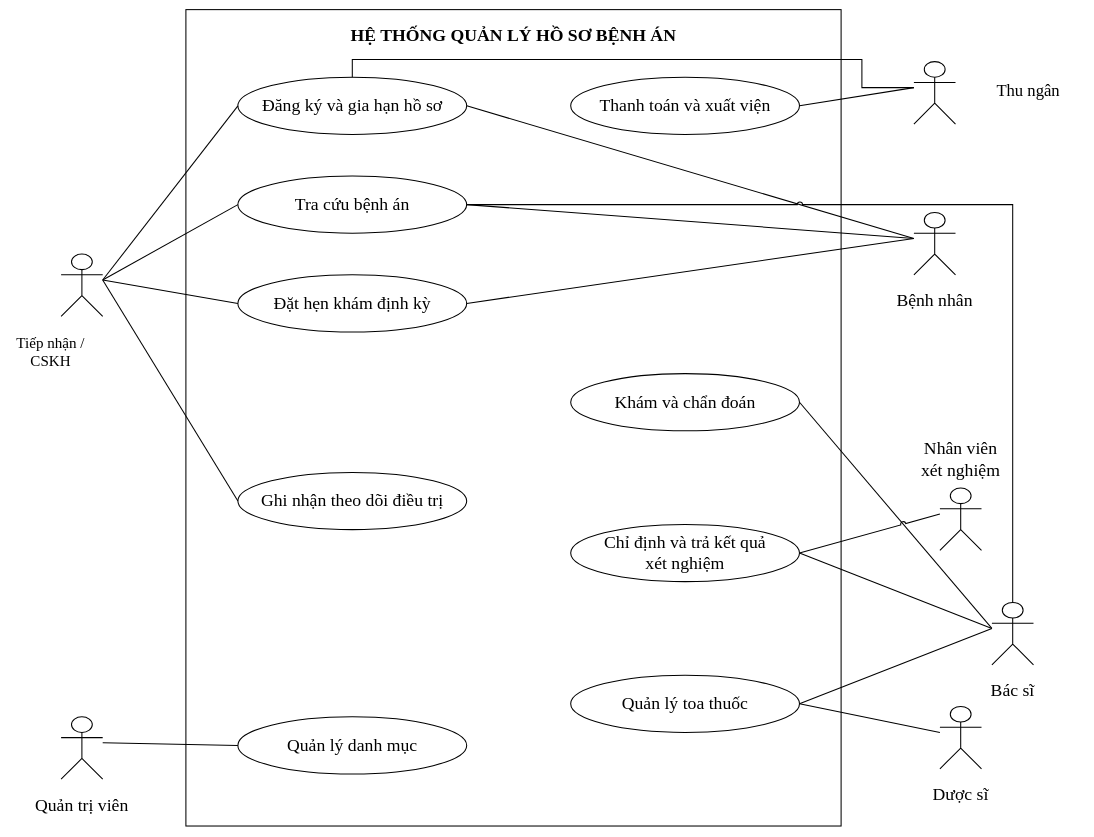
Before: Lab06/SoDo/Hinh_2_1.drawio in inver29/LAB_AT_OOSD, a draw.io diagram. Source tidied: cells renumbered, new cells numbered last; positions are measured from the earlier drawing's top-left corner, leaving out a move shared by most shapes. Both pictures are drawn from the tidied source at 52%, with x=0, y=0 at pixel (9, 9).
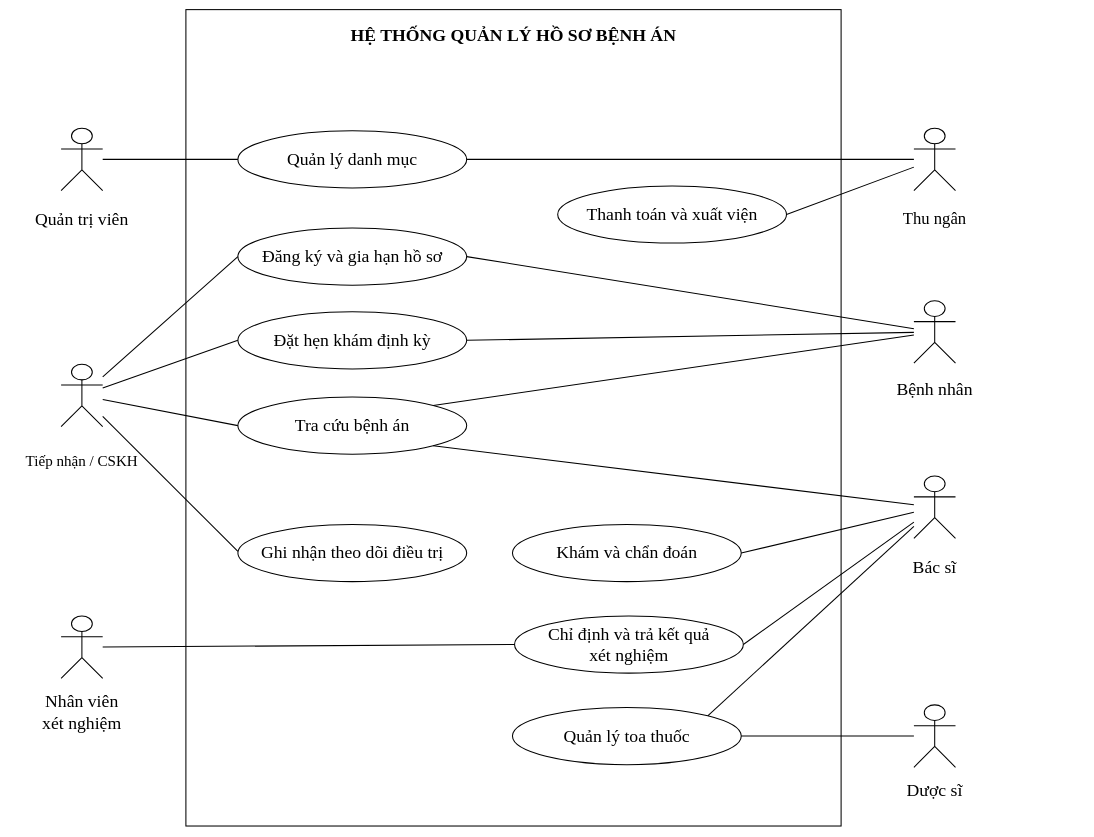
The same diagram, later.

What changed in the source:
```diff
@@
     <mxCell id="4" value="Đăng ký và gia hạn hồ sơ" style="html=0;whiteSpace=wrap;fontFamily=Times New Roman;fontSize=34;fontColor=#000000;strokeColor=#000000;fillColor=#ffffff;strokeWidth=2;align=center;verticalAlign=middle;spacing=5;ellipse;" parent="1" vertex="1">
-      <mxGeometry x="440" y="130" width="440" height="110" as="geometry" />
+      <mxGeometry x="440" y="420" width="440" height="110" as="geometry" />
     </mxCell>
     <mxCell id="5" value="Thanh toán và xuất viện" style="html=0;whiteSpace=wrap;fontFamily=Times New Roman;fontSize=34;fontColor=#000000;strokeColor=#000000;fillColor=#ffffff;strokeWidth=2;align=center;verticalAlign=middle;spacing=5;ellipse;" parent="1" vertex="1">
-      <mxGeometry x="1080" y="130" width="440" height="110" as="geometry" />
+      <mxGeometry x="1055" y="339" width="440" height="110" as="geometry" />
     </mxCell>
     <mxCell id="6" value="Tra cứu bệnh án" style="html=0;whiteSpace=wrap;fontFamily=Times New Roman;fontSize=34;fontColor=#000000;strokeColor=#000000;fillColor=#ffffff;strokeWidth=2;align=center;verticalAlign=middle;spacing=5;ellipse;" parent="1" vertex="1">
-      <mxGeometry x="440" y="320" width="440" height="110" as="geometry" />
+      <mxGeometry x="440" y="745" width="440" height="110" as="geometry" />
     </mxCell>
     <mxCell id="7" value="Đặt hẹn khám định kỳ" style="html=0;whiteSpace=wrap;fontFamily=Times New Roman;fontSize=34;fontColor=#000000;strokeColor=#000000;fillColor=#ffffff;strokeWidth=2;align=center;verticalAlign=middle;spacing=5;ellipse;" parent="1" vertex="1">
-      <mxGeometry x="440" y="510" width="440" height="110" as="geometry" />
+      <mxGeometry x="440" y="581" width="440" height="110" as="geometry" />
     </mxCell>
     <mxCell id="8" value="Ghi nhận theo dõi điều trị" style="html=0;whiteSpace=wrap;fontFamily=Times New Roman;fontSize=34;fontColor=#000000;strokeColor=#000000;fillColor=#ffffff;strokeWidth=2;align=center;verticalAlign=middle;spacing=5;ellipse;" parent="1" vertex="1">
-      <mxGeometry x="440" y="890" width="440" height="110" as="geometry" />
+      <mxGeometry x="440" y="990" width="440" height="110" as="geometry" />
     </mxCell>
     <mxCell id="9" value="Quản lý danh mục" style="html=0;whiteSpace=wrap;fontFamily=Times New Roman;fontSize=34;fontColor=#000000;strokeColor=#000000;fillColor=#ffffff;strokeWidth=2;align=center;verticalAlign=middle;spacing=5;ellipse;" parent="1" vertex="1">
-      <mxGeometry x="440" y="1360" width="440" height="110" as="geometry" />
+      <mxGeometry x="440" y="233" width="440" height="110" as="geometry" />
     </mxCell>
     <mxCell id="10" value="Khám và chẩn đoán" style="html=0;whiteSpace=wrap;fontFamily=Times New Roman;fontSize=34;fontColor=#000000;strokeColor=#000000;fillColor=#ffffff;strokeWidth=2;align=center;verticalAlign=middle;spacing=5;ellipse;" parent="1" vertex="1">
-      <mxGeometry x="1080" y="700" width="440" height="110" as="geometry" />
+      <mxGeometry x="968" y="990" width="440" height="110" as="geometry" />
     </mxCell>
     <mxCell id="11" value="Chỉ định và trả kết quả&#10;xét nghiệm" style="html=0;whiteSpace=wrap;fontFamily=Times New Roman;fontSize=34;fontColor=#000000;strokeColor=#000000;fillColor=#ffffff;strokeWidth=2;align=center;verticalAlign=middle;spacing=5;ellipse;" parent="1" vertex="1">
-      <mxGeometry x="1080" y="990" width="440" height="110" as="geometry" />
+      <mxGeometry x="972" y="1166" width="440" height="110" as="geometry" />
     </mxCell>
     <mxCell id="12" value="Quản lý toa thuốc" style="html=0;whiteSpace=wrap;fontFamily=Times New Roman;fontSize=34;fontColor=#000000;strokeColor=#000000;fillColor=#ffffff;strokeWidth=2;align=center;verticalAlign=middle;spacing=5;ellipse;" parent="1" vertex="1">
-      <mxGeometry x="1080" y="1280" width="440" height="110" as="geometry" />
+      <mxGeometry x="968" y="1342" width="440" height="110" as="geometry" />
     </mxCell>
     <mxCell id="13" style="html=0;whiteSpace=wrap;fontFamily=Times New Roman;fontSize=34;fontColor=#000000;strokeColor=#000000;fillColor=#ffffff;strokeWidth=2;align=center;verticalAlign=middle;spacing=5;shape=umlActor;" parent="1" vertex="1">
-      <mxGeometry x="1740" y="390" width="80" height="120" as="geometry" />
+      <mxGeometry x="1740" y="560" width="80" height="120" as="geometry" />
     </mxCell>
     <mxCell id="14" value="Bệnh nhân" style="html=0;whiteSpace=wrap;fontFamily=Times New Roman;fontSize=34;fontColor=#000000;strokeColor=#000000;fillColor=#ffffff;strokeWidth=2;align=center;verticalAlign=middle;spacing=5;shape=label;strokeColor=none;fillColor=none;spacing=0;align=center;" parent="1" vertex="1">
-      <mxGeometry x="1640" y="515" width="280" height="90" as="geometry" />
+      <mxGeometry x="1640" y="685" width="280" height="90" as="geometry" />
     </mxCell>
     <mxCell id="15" style="html=0;whiteSpace=wrap;fontFamily=Times New Roman;fontSize=34;fontColor=#000000;strokeColor=#000000;fillColor=#ffffff;strokeWidth=2;align=center;verticalAlign=middle;spacing=5;shape=umlActor;" parent="1" vertex="1">
-      <mxGeometry x="100" y="470" width="80" height="120" as="geometry" />
+      <mxGeometry x="100" y="682" width="80" height="120" as="geometry" />
     </mxCell>
-    <mxCell id="16" value="Tiếp nhận /&#10;CSKH" style="html=0;whiteSpace=wrap;fontFamily=Times New Roman;fontSize=34;fontColor=#000000;strokeColor=#000000;fillColor=#ffffff;strokeWidth=2;align=center;verticalAlign=middle;spacing=5;shape=label;strokeColor=none;fillColor=none;spacing=0;align=center;fontSize=29;" parent="1" vertex="1">
-      <mxGeometry y="615" width="160" height="85" as="geometry" />
+    <mxCell id="16" value="Tiếp nhận / CSKH" style="html=0;whiteSpace=wrap;fontFamily=Times New Roman;fontSize=34;fontColor=#000000;strokeColor=#000000;fillColor=#ffffff;strokeWidth=2;align=center;verticalAlign=middle;spacing=5;shape=label;strokeColor=none;fillColor=none;spacing=0;align=center;fontSize=29;" parent="1" vertex="1">
+      <mxGeometry y="825" width="280" height="85" as="geometry" />
     </mxCell>
     <mxCell id="17" style="html=0;whiteSpace=wrap;fontFamily=Times New Roman;fontSize=34;fontColor=#000000;strokeColor=#000000;fillColor=#ffffff;strokeWidth=2;align=center;verticalAlign=middle;spacing=5;shape=umlActor;" parent="1" vertex="1">
-      <mxGeometry x="100" y="1360" width="80" height="120" as="geometry" />
+      <mxGeometry x="100" y="228" width="80" height="120" as="geometry" />
     </mxCell>
     <mxCell id="18" value="Quản trị viên" style="html=0;whiteSpace=wrap;fontFamily=Times New Roman;fontSize=34;fontColor=#000000;strokeColor=#000000;fillColor=#ffffff;strokeWidth=2;align=center;verticalAlign=middle;spacing=5;shape=label;strokeColor=none;fillColor=none;spacing=0;align=center;" parent="1" vertex="1">
-      <mxGeometry y="1485" width="280" height="90" as="geometry" />
+      <mxGeometry y="359" width="280" height="90" as="geometry" />
     </mxCell>
     <mxCell id="19" style="html=0;whiteSpace=wrap;fontFamily=Times New Roman;fontSize=34;fontColor=#000000;strokeColor=#000000;fillColor=#ffffff;strokeWidth=2;align=center;verticalAlign=middle;spacing=5;shape=umlActor;" parent="1" vertex="1">
-      <mxGeometry x="1740" y="100" width="80" height="120" as="geometry" />
+      <mxGeometry x="1740" y="228" width="80" height="120" as="geometry" />
     </mxCell>
     <mxCell id="20" value="Thu ngân" style="html=0;whiteSpace=wrap;fontFamily=Times New Roman;fontSize=34;fontColor=#000000;strokeColor=#000000;fillColor=#ffffff;strokeWidth=2;align=center;verticalAlign=middle;spacing=5;shape=label;strokeColor=none;fillColor=none;spacing=0;align=center;fontSize=32;" parent="1" vertex="1">
-      <mxGeometry x="1850" y="115" width="220" height="80" as="geometry" />
+      <mxGeometry x="1670" y="361" width="220" height="80" as="geometry" />
     </mxCell>
     <mxCell id="21" style="html=0;whiteSpace=wrap;fontFamily=Times New Roman;fontSize=34;fontColor=#000000;strokeColor=#000000;fillColor=#ffffff;strokeWidth=2;align=center;verticalAlign=middle;spacing=5;shape=umlActor;" parent="1" vertex="1">
-      <mxGeometry x="1890" y="1140" width="80" height="120" as="geometry" />
+      <mxGeometry x="1740" y="897" width="80" height="120" as="geometry" />
     </mxCell>
     <mxCell id="22" value="Bác sĩ" style="html=0;whiteSpace=wrap;fontFamily=Times New Roman;fontSize=34;fontColor=#000000;strokeColor=#000000;fillColor=#ffffff;strokeWidth=2;align=center;verticalAlign=middle;spacing=5;shape=label;strokeColor=none;fillColor=none;spacing=0;align=center;" parent="1" vertex="1">
-      <mxGeometry x="1790" y="1265" width="280" height="90" as="geometry" />
+      <mxGeometry x="1710" y="1027" width="140" height="90" as="geometry" />
     </mxCell>
     <mxCell id="23" style="html=0;whiteSpace=wrap;fontFamily=Times New Roman;fontSize=34;fontColor=#000000;strokeColor=#000000;fillColor=#ffffff;strokeWidth=2;align=center;verticalAlign=middle;spacing=5;shape=umlActor;" parent="1" vertex="1">
-      <mxGeometry x="1790" y="920" width="80" height="120" as="geometry" />
+      <mxGeometry x="100" y="1166" width="80" height="120" as="geometry" />
     </mxCell>
     <mxCell id="24" value="Nhân viên&#10;xét nghiệm" style="html=0;whiteSpace=wrap;fontFamily=Times New Roman;fontSize=34;fontColor=#000000;strokeColor=#000000;fillColor=#ffffff;strokeWidth=2;align=center;verticalAlign=middle;spacing=5;shape=label;strokeColor=none;fillColor=none;spacing=0;align=center;fontSize=34;" parent="1" vertex="1">
-      <mxGeometry x="1690" y="820" width="280" height="90" as="geometry" />
+      <mxGeometry y="1306" width="280" height="90" as="geometry" />
     </mxCell>
     <mxCell id="25" style="html=0;whiteSpace=wrap;fontFamily=Times New Roman;fontSize=34;fontColor=#000000;strokeColor=#000000;fillColor=#ffffff;strokeWidth=2;align=center;verticalAlign=middle;spacing=5;shape=umlActor;" parent="1" vertex="1">
-      <mxGeometry x="1790" y="1340" width="80" height="120" as="geometry" />
+      <mxGeometry x="1740" y="1337" width="80" height="120" as="geometry" />
     </mxCell>
     <mxCell id="26" value="Dược sĩ" style="html=0;whiteSpace=wrap;fontFamily=Times New Roman;fontSize=34;fontColor=#000000;strokeColor=#000000;fillColor=#ffffff;strokeWidth=2;align=center;verticalAlign=middle;spacing=5;shape=label;strokeColor=none;fillColor=none;spacing=0;align=center;" parent="1" vertex="1">
-      <mxGeometry x="1690" y="1465" width="280" height="90" as="geometry" />
+      <mxGeometry x="1640" y="1457" width="280" height="90" as="geometry" />
     </mxCell>
-    <mxCell id="27" style="edgeStyle=none;noEdgeStyle=1;html=0;rounded=0;fontFamily=Times New Roman;fontSize=34;fontColor=#000000;labelBackgroundColor=#ffffff;strokeColor=#000000;strokeWidth=2;endArrow=open;endFill=0;endArrow=none;jumpStyle=arc;jumpSize=8;" parent="1" edge="1">
+    <mxCell id="27" style="edgeStyle=none;noEdgeStyle=1;html=0;rounded=0;fontFamily=Times New Roman;fontSize=34;fontColor=#000000;labelBackgroundColor=#ffffff;strokeColor=#000000;strokeWidth=2;endArrow=open;endFill=0;endArrow=none;jumpStyle=arc;jumpSize=8;" parent="1" edge="1" source="15">
       <mxGeometry relative="1" as="geometry">
-        <mxPoint x="180" y="520" as="sourcePoint" />
-        <mxPoint x="440" y="185" as="targetPoint" />
+        <mxPoint x="440" y="475" as="targetPoint" />
       </mxGeometry>
     </mxCell>
-    <mxCell id="28" style="edgeStyle=none;noEdgeStyle=1;html=0;rounded=0;fontFamily=Times New Roman;fontSize=34;fontColor=#000000;labelBackgroundColor=#ffffff;strokeColor=#000000;strokeWidth=2;endArrow=open;endFill=0;endArrow=none;jumpStyle=arc;jumpSize=8;" parent="1" edge="1">
-      <mxGeometry relative="1" as="geometry">
-        <mxPoint x="180" y="520" as="sourcePoint" />
-        <mxPoint x="440" y="375" as="targetPoint" />
-      </mxGeometry>
+    <mxCell id="28" style="edgeStyle=none;noEdgeStyle=1;html=0;rounded=0;fontFamily=Times New Roman;fontSize=34;fontColor=#000000;labelBackgroundColor=#ffffff;strokeColor=#000000;strokeWidth=2;endArrow=open;endFill=0;endArrow=none;jumpStyle=arc;jumpSize=8;entryX=0;entryY=0.5;entryDx=0;entryDy=0;" parent="1" edge="1" source="15" target="7">
+      <mxGeometry relative="1" as="geometry" />
     </mxCell>
-    <mxCell id="29" style="edgeStyle=none;noEdgeStyle=1;html=0;rounded=0;fontFamily=Times New Roman;fontSize=34;fontColor=#000000;labelBackgroundColor=#ffffff;strokeColor=#000000;strokeWidth=2;endArrow=open;endFill=0;endArrow=none;jumpStyle=arc;jumpSize=8;" parent="1" edge="1">
-      <mxGeometry relative="1" as="geometry">
-        <mxPoint x="180" y="520" as="sourcePoint" />
-        <mxPoint x="440" y="565" as="targetPoint" />
-      </mxGeometry>
+    <mxCell id="29" style="edgeStyle=none;noEdgeStyle=1;html=0;rounded=0;fontFamily=Times New Roman;fontSize=34;fontColor=#000000;labelBackgroundColor=#ffffff;strokeColor=#000000;strokeWidth=2;endArrow=open;endFill=0;endArrow=none;jumpStyle=arc;jumpSize=8;entryX=0;entryY=0.5;entryDx=0;entryDy=0;" parent="1" edge="1" source="15" target="6">
+      <mxGeometry relative="1" as="geometry" />
     </mxCell>
-    <mxCell id="30" style="edgeStyle=none;noEdgeStyle=1;html=0;rounded=0;fontFamily=Times New Roman;fontSize=34;fontColor=#000000;labelBackgroundColor=#ffffff;strokeColor=#000000;strokeWidth=2;endArrow=open;endFill=0;endArrow=none;jumpStyle=arc;jumpSize=8;" parent="1" edge="1">
+    <mxCell id="30" style="edgeStyle=none;noEdgeStyle=1;html=0;rounded=0;fontFamily=Times New Roman;fontSize=34;fontColor=#000000;labelBackgroundColor=#ffffff;strokeColor=#000000;strokeWidth=2;endArrow=open;endFill=0;endArrow=none;jumpStyle=arc;jumpSize=8;" parent="1" edge="1" source="15">
       <mxGeometry relative="1" as="geometry">
-        <mxPoint x="180" y="520" as="sourcePoint" />
-        <mxPoint x="440" y="945" as="targetPoint" />
+        <mxPoint x="440" y="1042" as="targetPoint" />
       </mxGeometry>
     </mxCell>
-    <mxCell id="31" style="edgeStyle=none;noEdgeStyle=1;html=0;rounded=0;fontFamily=Times New Roman;fontSize=34;fontColor=#000000;labelBackgroundColor=#ffffff;strokeColor=#000000;strokeWidth=2;endArrow=open;endFill=0;endArrow=none;jumpStyle=arc;jumpSize=8;" parent="1" edge="1">
-      <mxGeometry relative="1" as="geometry">
-        <mxPoint x="180" y="1410" as="sourcePoint" />
-        <mxPoint x="440" y="1415" as="targetPoint" />
-      </mxGeometry>
+    <mxCell id="31" style="edgeStyle=none;noEdgeStyle=1;html=0;rounded=0;fontFamily=Times New Roman;fontSize=34;fontColor=#000000;labelBackgroundColor=#ffffff;strokeColor=#000000;strokeWidth=2;endArrow=open;endFill=0;endArrow=none;jumpStyle=arc;jumpSize=8;entryX=0;entryY=0.5;entryDx=0;entryDy=0;" parent="1" edge="1" source="17" target="9">
+      <mxGeometry relative="1" as="geometry" />
     </mxCell>
-    <mxCell id="32" style="edgeStyle=none;noEdgeStyle=1;html=0;rounded=0;fontFamily=Times New Roman;fontSize=34;fontColor=#000000;labelBackgroundColor=#ffffff;strokeColor=#000000;strokeWidth=2;endArrow=open;endFill=0;endArrow=none;jumpStyle=arc;jumpSize=8;" parent="1" edge="1">
-      <mxGeometry relative="1" as="geometry">
-        <mxPoint x="1740" y="440" as="sourcePoint" />
-        <mxPoint x="880" y="185" as="targetPoint" />
-      </mxGeometry>
-    </mxCell>
-    <mxCell id="33" style="edgeStyle=none;noEdgeStyle=1;html=0;rounded=0;fontFamily=Times New Roman;fontSize=34;fontColor=#000000;labelBackgroundColor=#ffffff;strokeColor=#000000;strokeWidth=2;endArrow=open;endFill=0;endArrow=none;jumpStyle=arc;jumpSize=8;" parent="1" edge="1">
-      <mxGeometry relative="1" as="geometry">
-        <mxPoint x="1740" y="440" as="sourcePoint" />
-        <mxPoint x="880" y="375" as="targetPoint" />
-      </mxGeometry>
-    </mxCell>
-    <mxCell id="34" style="edgeStyle=none;noEdgeStyle=1;html=0;rounded=0;fontFamily=Times New Roman;fontSize=34;fontColor=#000000;labelBackgroundColor=#ffffff;strokeColor=#000000;strokeWidth=2;endArrow=open;endFill=0;endArrow=none;jumpStyle=arc;jumpSize=8;" parent="1" edge="1">
-      <mxGeometry relative="1" as="geometry">
-        <mxPoint x="1740" y="440" as="sourcePoint" />
-        <mxPoint x="880" y="565" as="targetPoint" />
-      </mxGeometry>
-    </mxCell>
-    <mxCell id="35" style="edgeStyle=none;noEdgeStyle=1;html=0;rounded=0;fontFamily=Times New Roman;fontSize=34;fontColor=#000000;labelBackgroundColor=#ffffff;strokeColor=#000000;strokeWidth=2;endArrow=open;endFill=0;endArrow=none;jumpStyle=arc;jumpSize=8;" parent="1" edge="1">
-      <mxGeometry relative="1" as="geometry">
-        <mxPoint x="1740" y="150" as="sourcePoint" />
-        <mxPoint x="1520" y="185" as="targetPoint" />
-      </mxGeometry>
+    <mxCell id="35" style="edgeStyle=none;noEdgeStyle=1;html=0;rounded=0;fontFamily=Times New Roman;fontSize=34;fontColor=#000000;labelBackgroundColor=#ffffff;strokeColor=#000000;strokeWidth=2;endArrow=open;endFill=0;endArrow=none;jumpStyle=arc;jumpSize=8;entryX=1;entryY=0.5;entryDx=0;entryDy=0;" parent="1" edge="1" source="19" target="5">
+      <mxGeometry relative="1" as="geometry" />
     </mxCell>
-    <mxCell id="36" style="edgeStyle=none;noEdgeStyle=1;html=0;rounded=0;fontFamily=Times New Roman;fontSize=34;fontColor=#000000;labelBackgroundColor=#ffffff;strokeColor=#000000;strokeWidth=2;endArrow=open;endFill=0;endArrow=none;jumpStyle=arc;jumpSize=8;" parent="1" edge="1">
-      <mxGeometry relative="1" as="geometry">
-        <mxPoint x="1740" y="150" as="sourcePoint" />
-        <mxPoint x="660" y="130" as="targetPoint" />
-        <Array as="points">
-          <mxPoint x="1640" y="150" />
-          <mxPoint x="1640" y="96" />
-          <mxPoint x="660" y="96" />
-        </Array>
-      </mxGeometry>
+    <mxCell id="36" style="html=0;rounded=0;fontFamily=Times New Roman;fontSize=34;fontColor=#000000;labelBackgroundColor=#ffffff;strokeColor=#000000;strokeWidth=2;endArrow=open;endFill=0;endArrow=none;jumpStyle=arc;jumpSize=8;entryX=1;entryY=0.5;entryDx=0;entryDy=0;" parent="1" edge="1" source="19" target="9">
+      <mxGeometry relative="1" as="geometry" />
     </mxCell>
-    <mxCell id="37" style="edgeStyle=none;noEdgeStyle=1;html=0;rounded=0;fontFamily=Times New Roman;fontSize=34;fontColor=#000000;labelBackgroundColor=#ffffff;strokeColor=#000000;strokeWidth=2;endArrow=open;endFill=0;endArrow=none;jumpStyle=arc;jumpSize=8;" parent="1" edge="1">
-      <mxGeometry relative="1" as="geometry">
-        <mxPoint x="1930" y="1140" as="sourcePoint" />
-        <mxPoint x="880" y="375" as="targetPoint" />
-        <Array as="points">
-          <mxPoint x="1930" y="375" />
-        </Array>
-      </mxGeometry>
-    </mxCell>
-    <mxCell id="38" style="edgeStyle=none;noEdgeStyle=1;html=0;rounded=0;fontFamily=Times New Roman;fontSize=34;fontColor=#000000;labelBackgroundColor=#ffffff;strokeColor=#000000;strokeWidth=2;endArrow=open;endFill=0;endArrow=none;jumpStyle=arc;jumpSize=8;" parent="1" edge="1">
-      <mxGeometry relative="1" as="geometry">
-        <mxPoint x="1890" y="1190" as="sourcePoint" />
-        <mxPoint x="1520" y="755" as="targetPoint" />
-      </mxGeometry>
-    </mxCell>
-    <mxCell id="39" style="edgeStyle=none;noEdgeStyle=1;html=0;rounded=0;fontFamily=Times New Roman;fontSize=34;fontColor=#000000;labelBackgroundColor=#ffffff;strokeColor=#000000;strokeWidth=2;endArrow=open;endFill=0;endArrow=none;jumpStyle=arc;jumpSize=8;" parent="1" edge="1">
-      <mxGeometry relative="1" as="geometry">
-        <mxPoint x="1890" y="1190" as="sourcePoint" />
-        <mxPoint x="1520" y="1045" as="targetPoint" />
-      </mxGeometry>
-    </mxCell>
-    <mxCell id="40" style="edgeStyle=none;noEdgeStyle=1;html=0;rounded=0;fontFamily=Times New Roman;fontSize=34;fontColor=#000000;labelBackgroundColor=#ffffff;strokeColor=#000000;strokeWidth=2;endArrow=open;endFill=0;endArrow=none;jumpStyle=arc;jumpSize=8;" parent="1" edge="1">
-      <mxGeometry relative="1" as="geometry">
-        <mxPoint x="1890" y="1190" as="sourcePoint" />
-        <mxPoint x="1520" y="1335" as="targetPoint" />
-      </mxGeometry>
-    </mxCell>
-    <mxCell id="41" style="edgeStyle=none;noEdgeStyle=1;html=0;rounded=0;fontFamily=Times New Roman;fontSize=34;fontColor=#000000;labelBackgroundColor=#ffffff;strokeColor=#000000;strokeWidth=2;endArrow=open;endFill=0;endArrow=none;jumpStyle=arc;jumpSize=8;" parent="1" edge="1">
-      <mxGeometry relative="1" as="geometry">
-        <mxPoint x="1790" y="970" as="sourcePoint" />
-        <mxPoint x="1520" y="1045" as="targetPoint" />
-      </mxGeometry>
-    </mxCell>
-    <mxCell id="42" style="edgeStyle=none;noEdgeStyle=1;html=0;rounded=0;fontFamily=Times New Roman;fontSize=34;fontColor=#000000;labelBackgroundColor=#ffffff;strokeColor=#000000;strokeWidth=2;endArrow=open;endFill=0;endArrow=none;jumpStyle=arc;jumpSize=8;" parent="1" edge="1">
-      <mxGeometry relative="1" as="geometry">
-        <mxPoint x="1790" y="1390" as="sourcePoint" />
-        <mxPoint x="1520" y="1335" as="targetPoint" />
-      </mxGeometry>
-    </mxCell>
+    <mxCell id="43" style="edgeStyle=none;noEdgeStyle=1;html=0;rounded=0;fontFamily=Times New Roman;fontSize=34;fontColor=#000000;labelBackgroundColor=#ffffff;strokeColor=#000000;strokeWidth=2;endArrow=open;endFill=0;endArrow=none;jumpStyle=arc;jumpSize=8;entryX=1;entryY=0.5;entryDx=0;entryDy=0;" parent="1" edge="1" source="13" target="4">
+      <mxGeometry relative="1" as="geometry" />
+    </mxCell>
+    <mxCell id="44" style="edgeStyle=none;noEdgeStyle=1;html=0;rounded=0;fontFamily=Times New Roman;fontSize=34;fontColor=#000000;labelBackgroundColor=#ffffff;strokeColor=#000000;strokeWidth=2;endArrow=open;endFill=0;endArrow=none;jumpStyle=arc;jumpSize=8;entryX=1;entryY=0;entryDx=0;entryDy=0;" parent="1" edge="1" source="13" target="6">
+      <mxGeometry relative="1" as="geometry" />
+    </mxCell>
+    <mxCell id="45" style="edgeStyle=none;noEdgeStyle=1;html=0;rounded=0;fontFamily=Times New Roman;fontSize=34;fontColor=#000000;labelBackgroundColor=#ffffff;strokeColor=#000000;strokeWidth=2;endArrow=open;endFill=0;endArrow=none;jumpStyle=arc;jumpSize=8;entryX=1;entryY=0.5;entryDx=0;entryDy=0;" parent="1" edge="1" source="13" target="7">
+      <mxGeometry relative="1" as="geometry" />
+    </mxCell>
+    <mxCell id="46" style="edgeStyle=none;noEdgeStyle=1;html=0;rounded=0;fontFamily=Times New Roman;fontSize=34;fontColor=#000000;labelBackgroundColor=#ffffff;strokeColor=#000000;strokeWidth=2;endArrow=open;endFill=0;endArrow=none;jumpStyle=arc;jumpSize=8;entryX=0;entryY=0.5;entryDx=0;entryDy=0;" parent="1" edge="1" source="23" target="11">
+      <mxGeometry relative="1" as="geometry" />
+    </mxCell>
+    <mxCell id="47" style="edgeStyle=none;noEdgeStyle=1;html=0;rounded=0;fontFamily=Times New Roman;fontSize=34;fontColor=#000000;labelBackgroundColor=#ffffff;strokeColor=#000000;strokeWidth=2;endArrow=open;endFill=0;endArrow=none;jumpStyle=arc;jumpSize=8;entryX=1;entryY=0.5;entryDx=0;entryDy=0;" parent="1" edge="1" source="25" target="12">
+      <mxGeometry relative="1" as="geometry" />
+    </mxCell>
+    <mxCell id="48" style="edgeStyle=none;noEdgeStyle=1;html=0;rounded=0;fontFamily=Times New Roman;fontSize=34;fontColor=#000000;labelBackgroundColor=#ffffff;strokeColor=#000000;strokeWidth=2;endArrow=open;endFill=0;endArrow=none;jumpStyle=arc;jumpSize=8;entryX=1;entryY=1;entryDx=0;entryDy=0;" parent="1" edge="1" source="21" target="6">
+      <mxGeometry relative="1" as="geometry" />
+    </mxCell>
+    <mxCell id="49" style="edgeStyle=none;noEdgeStyle=1;html=0;rounded=0;fontFamily=Times New Roman;fontSize=34;fontColor=#000000;labelBackgroundColor=#ffffff;strokeColor=#000000;strokeWidth=2;endArrow=open;endFill=0;endArrow=none;jumpStyle=arc;jumpSize=8;entryX=1;entryY=0.5;entryDx=0;entryDy=0;" parent="1" edge="1" source="21" target="10">
+      <mxGeometry relative="1" as="geometry" />
+    </mxCell>
+    <mxCell id="50" style="edgeStyle=none;noEdgeStyle=1;html=0;rounded=0;fontFamily=Times New Roman;fontSize=34;fontColor=#000000;labelBackgroundColor=#ffffff;strokeColor=#000000;strokeWidth=2;endArrow=open;endFill=0;endArrow=none;jumpStyle=arc;jumpSize=8;entryX=1;entryY=0.5;entryDx=0;entryDy=0;" parent="1" edge="1" source="21" target="11">
+      <mxGeometry relative="1" as="geometry" />
+    </mxCell>
+    <mxCell id="51" style="edgeStyle=none;noEdgeStyle=1;html=0;rounded=0;fontFamily=Times New Roman;fontSize=34;fontColor=#000000;labelBackgroundColor=#ffffff;strokeColor=#000000;strokeWidth=2;endArrow=open;endFill=0;endArrow=none;jumpStyle=arc;jumpSize=8;entryX=1;entryY=0;entryDx=0;entryDy=0;" parent="1" edge="1" source="21" target="12">
+      <mxGeometry relative="1" as="geometry" />
+    </mxCell>
```
